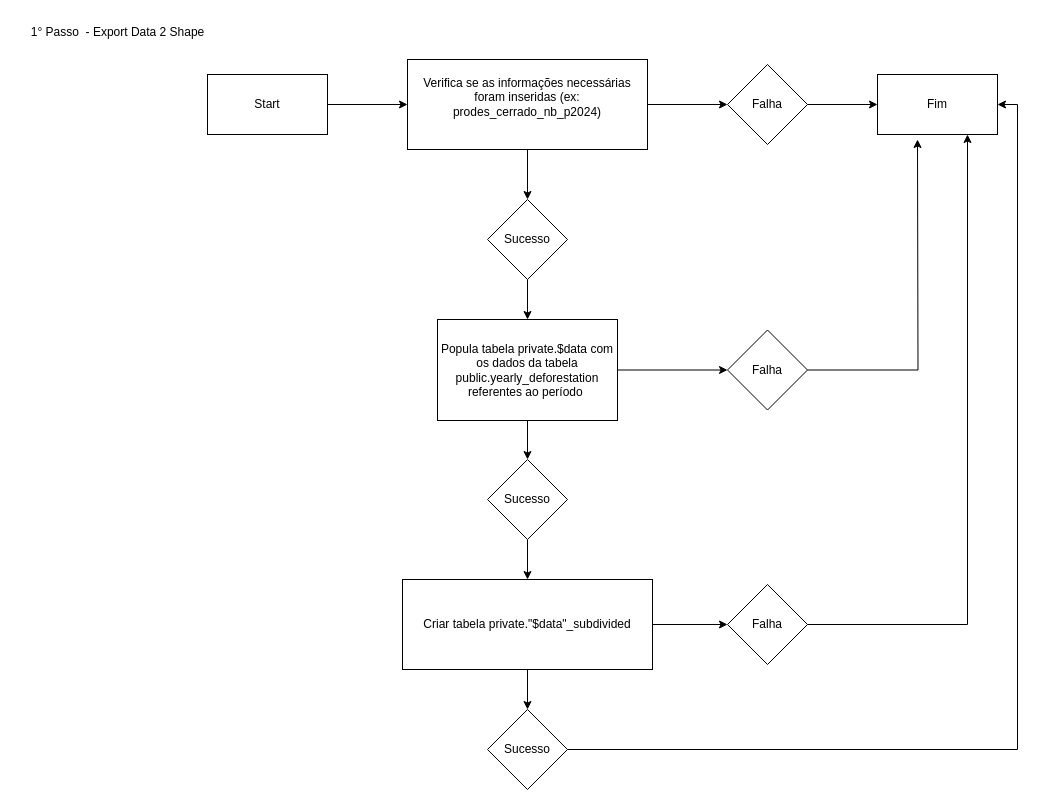
The draw.io diagram page "First Step" (1 of 2) of Diagrama sem nome.drawio in guianderson/API-REST-PYTHON, before the edit. Source tidied: cells renumbered, new cells numbered last; positions are measured from the earlier drawing's top-left corner, leaving out a move shared by most shapes. Both pictures are drawn from the tidied source at 100%, with x=0, y=0 at pixel (17, 17).
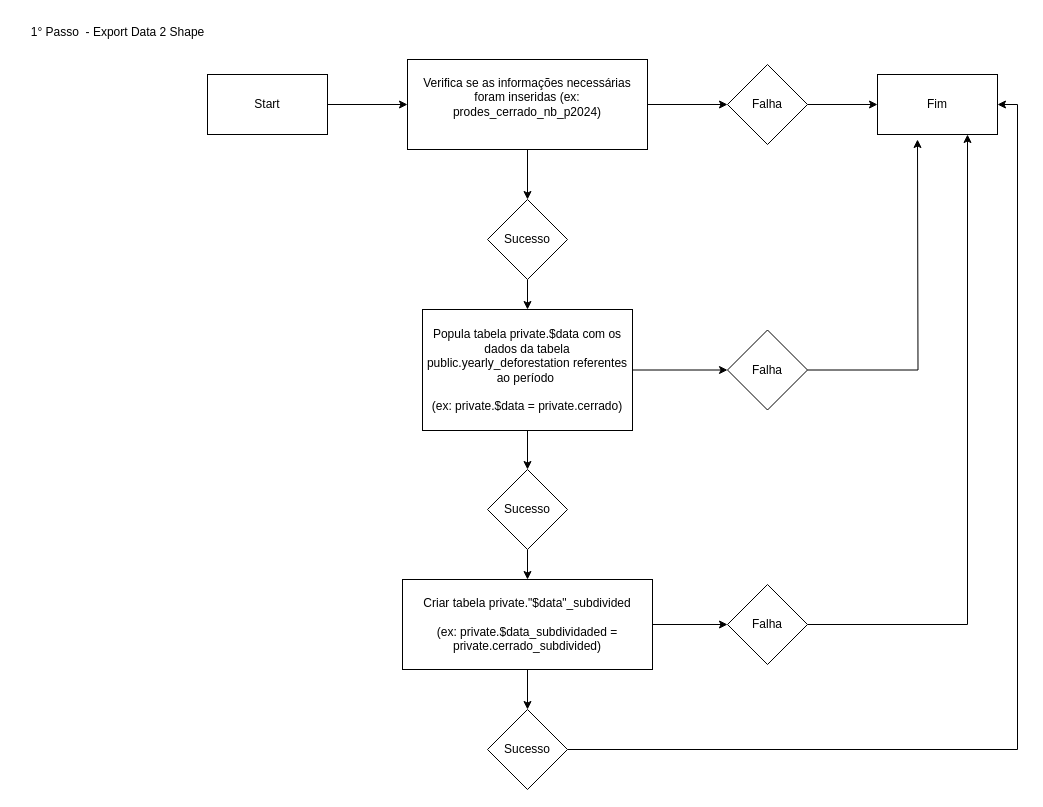
After the change.

What changed in the source:
```diff
@@
-    <mxCell id="13" value="Popula tabela private.$data com os dados da tabela public.yearly_deforestation referentes ao período&amp;nbsp;" style="whiteSpace=wrap;html=1;" parent="1" vertex="1">
-      <mxGeometry x="420" y="302" width="180" height="101" as="geometry" />
+    <mxCell id="13" value="Popula tabela private.$data com os dados da tabela public.yearly_deforestation referentes ao período&amp;nbsp;&lt;br&gt;&lt;br&gt;(ex: private.$data = private.cerrado)" style="whiteSpace=wrap;html=1;" parent="1" vertex="1">
+      <mxGeometry x="405" y="292" width="210" height="121" as="geometry" />
     </mxCell>
@@
-    <mxCell id="23" value="Criar tabela&amp;nbsp;private.&quot;$data&quot;_subdivided" style="whiteSpace=wrap;html=1;" parent="1" vertex="1">
+    <mxCell id="23" value="Criar tabela&amp;nbsp;private.&quot;$data&quot;_subdivided&lt;div&gt;&lt;br&gt;&lt;/div&gt;&lt;div&gt;(ex: private.$data_subdividaded = private.cerrado_subdivided)&lt;/div&gt;" style="whiteSpace=wrap;html=1;" parent="1" vertex="1">
       <mxGeometry x="385" y="562" width="250" height="90" as="geometry" />
     </mxCell>
@@
     <mxCell id="25" value="Sucesso" style="rhombus;whiteSpace=wrap;html=1;" parent="1" vertex="1">
-      <mxGeometry x="470" y="442" width="80" height="80" as="geometry" />
+      <mxGeometry x="470" y="452" width="80" height="80" as="geometry" />
     </mxCell>
```
